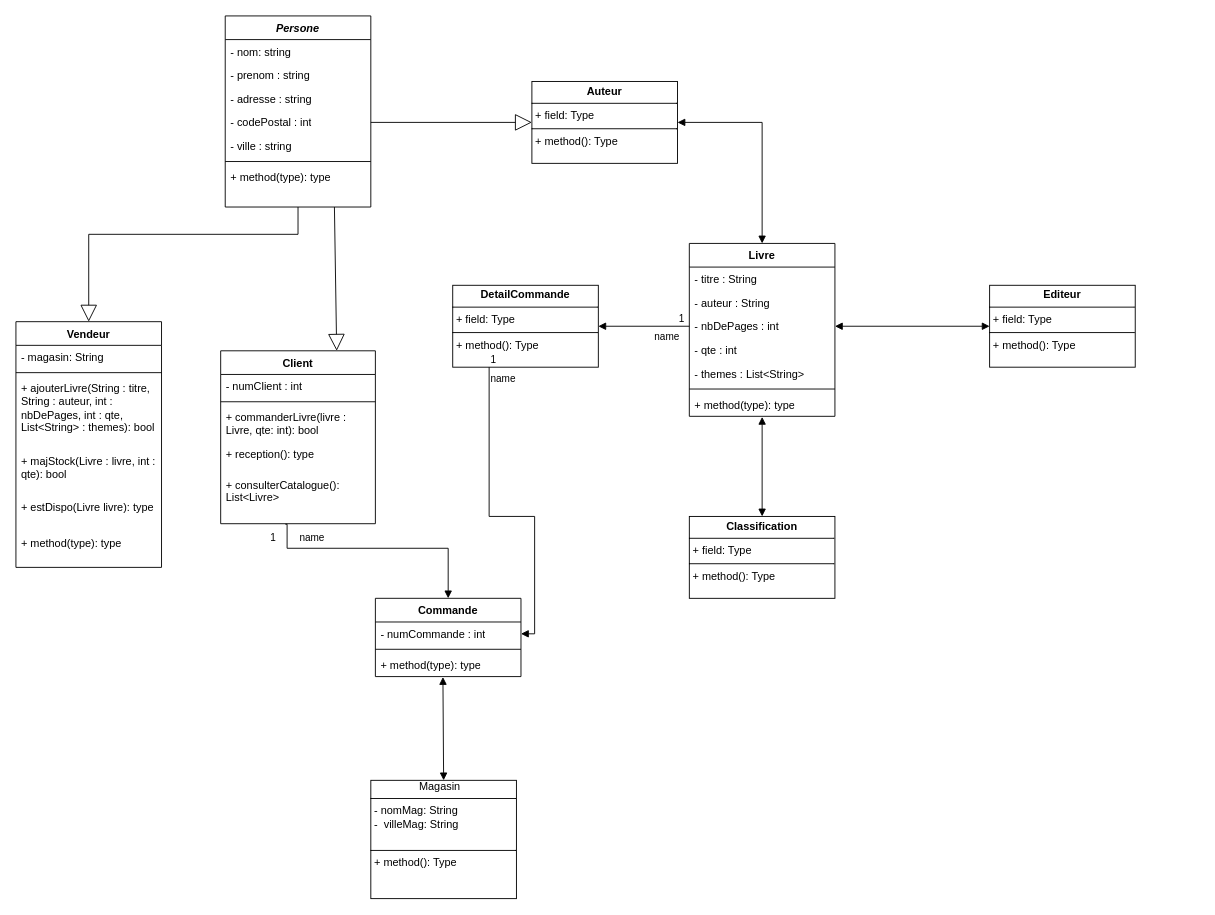
Above: diagrammedeclasse.drawio in NolhanDolou/SAE_JAVA (draw.io), before the change. Source tidied: cells renumbered, new cells numbered last; positions are measured from the earlier drawing's top-left corner, leaving out a move shared by most shapes. Both pictures are drawn from the tidied source at 91%, with x=0, y=0 at pixel (15, 15).
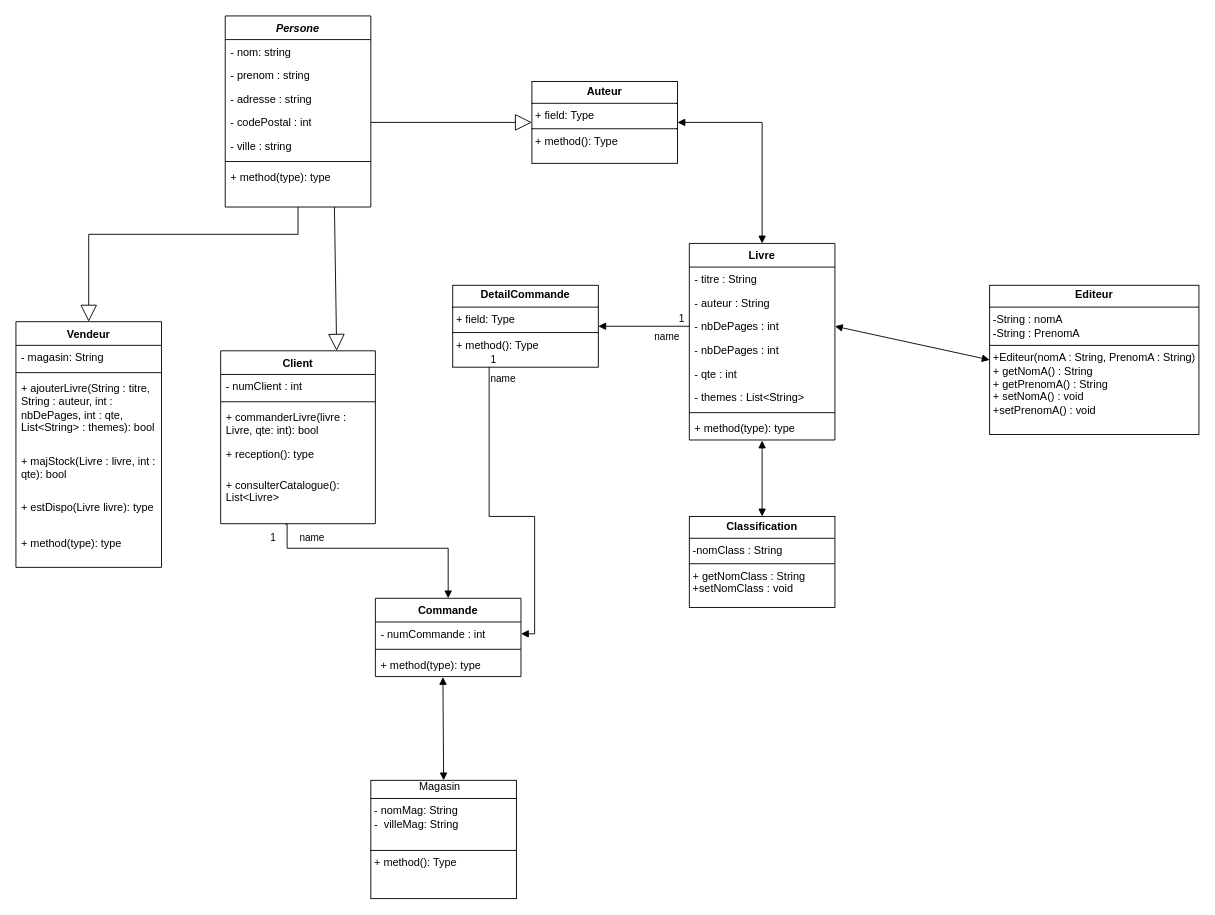
After the change.

Commit message:
mise a jour quelque atribut et methodes

What changed in the source:
```diff
@@
     <mxCell id="23" value="Livre" style="swimlane;fontStyle=1;align=center;verticalAlign=top;horizontal=1;startSize=26;whiteSpace=wrap;html=1;" parent="1" vertex="1">
-      <mxGeometry x="740" y="250" width="160" height="190" as="geometry" />
+      <mxGeometry x="740" y="250" width="160" height="216" as="geometry" />
     </mxCell>
@@
+    <mxCell id="53" value="- nbDePages : int" style="text;strokeColor=none;fillColor=none;align=left;verticalAlign=top;spacingLeft=4;spacingRight=4;overflow=hidden;whiteSpace=wrap;html=1;" parent="23" vertex="1">
+      <mxGeometry y="104" width="160" height="26" as="geometry" />
+    </mxCell>
     <mxCell id="27" value="- qte : int" style="text;strokeColor=none;fillColor=none;align=left;verticalAlign=top;spacingLeft=4;spacingRight=4;overflow=hidden;whiteSpace=wrap;html=1;" parent="23" vertex="1">
-      <mxGeometry y="104" width="160" height="26" as="geometry" />
+      <mxGeometry y="130" width="160" height="26" as="geometry" />
     </mxCell>
     <mxCell id="28" value="- themes : List&amp;lt;String&amp;gt;" style="text;strokeColor=none;fillColor=none;align=left;verticalAlign=top;spacingLeft=4;spacingRight=4;overflow=hidden;whiteSpace=wrap;html=1;" parent="23" vertex="1">
-      <mxGeometry y="130" width="160" height="26" as="geometry" />
+      <mxGeometry y="156" width="160" height="26" as="geometry" />
     </mxCell>
     <mxCell id="29" style="line;strokeWidth=1;fillColor=none;align=left;verticalAlign=middle;spacingTop=-1;spacingLeft=3;spacingRight=3;labelPosition=right;strokeColor=inherit;" parent="23" vertex="1">
-      <mxGeometry y="156" width="160" height="8" as="geometry" />
+      <mxGeometry y="182" width="160" height="8" as="geometry" />
     </mxCell>
     <mxCell id="30" value="+ method(type): type" style="text;strokeColor=none;fillColor=none;align=left;verticalAlign=top;spacingLeft=4;spacingRight=4;overflow=hidden;points=[[0,0.5],[1,0.5]];portConstraint=eastwest;whiteSpace=wrap;html=1;" parent="23" vertex="1">
-      <mxGeometry y="164" width="160" height="26" as="geometry" />
+      <mxGeometry y="190" width="160" height="26" as="geometry" />
     </mxCell>
@@
-    <mxCell id="40" value="&lt;p style=&quot;margin:0px;margin-top:4px;text-align:center;&quot;&gt;&lt;b&gt;Editeur&lt;/b&gt;&lt;/p&gt;&lt;hr size=&quot;1&quot; style=&quot;border-style:solid;&quot;&gt;&lt;p style=&quot;margin:0px;margin-left:4px;&quot;&gt;+ field: Type&lt;/p&gt;&lt;hr size=&quot;1&quot; style=&quot;border-style:solid;&quot;&gt;&lt;p style=&quot;margin:0px;margin-left:4px;&quot;&gt;+ method(): Type&lt;/p&gt;" style="verticalAlign=top;align=left;overflow=fill;html=1;whiteSpace=wrap;" parent="1" vertex="1">
-      <mxGeometry x="1070" y="296" width="160" height="90" as="geometry" />
+    <mxCell id="40" value="&lt;p style=&quot;margin:0px;margin-top:4px;text-align:center;&quot;&gt;&lt;b&gt;Editeur&lt;/b&gt;&lt;/p&gt;&lt;hr size=&quot;1&quot; style=&quot;border-style:solid;&quot;&gt;&lt;p style=&quot;margin:0px;margin-left:4px;&quot;&gt;-String : nomA&lt;/p&gt;&lt;p style=&quot;margin:0px;margin-left:4px;&quot;&gt;-String : PrenomA&lt;/p&gt;&lt;hr size=&quot;1&quot; style=&quot;border-style:solid;&quot;&gt;&lt;p style=&quot;margin:0px;margin-left:4px;&quot;&gt;+Editeur(nomA : String, PrenomA : String)&lt;/p&gt;&lt;p style=&quot;margin:0px;margin-left:4px;&quot;&gt;+ getNomA() : String&lt;/p&gt;&lt;p style=&quot;margin:0px;margin-left:4px;&quot;&gt;+ getPrenomA() : String&lt;/p&gt;&lt;p style=&quot;margin:0px;margin-left:4px;&quot;&gt;+ setNomA() : void&lt;/p&gt;&lt;p style=&quot;margin:0px;margin-left:4px;&quot;&gt;+setPrenomA() : void&lt;/p&gt;&lt;p style=&quot;margin:0px;margin-left:4px;&quot;&gt;&lt;br&gt;&lt;/p&gt;" style="verticalAlign=top;align=left;overflow=fill;html=1;whiteSpace=wrap;" parent="1" vertex="1">
+      <mxGeometry x="1070" y="296" width="230" height="164" as="geometry" />
     </mxCell>
@@
-    <mxCell id="42" value="&lt;p style=&quot;margin:0px;margin-top:4px;text-align:center;&quot;&gt;&lt;b&gt;Classification&lt;/b&gt;&lt;/p&gt;&lt;hr size=&quot;1&quot; style=&quot;border-style:solid;&quot;&gt;&lt;p style=&quot;margin:0px;margin-left:4px;&quot;&gt;+ field: Type&lt;/p&gt;&lt;hr size=&quot;1&quot; style=&quot;border-style:solid;&quot;&gt;&lt;p style=&quot;margin:0px;margin-left:4px;&quot;&gt;+ method(): Type&lt;/p&gt;" style="verticalAlign=top;align=left;overflow=fill;html=1;whiteSpace=wrap;" parent="1" vertex="1">
-      <mxGeometry x="740" y="550" width="160" height="90" as="geometry" />
+    <mxCell id="42" value="&lt;p style=&quot;margin:0px;margin-top:4px;text-align:center;&quot;&gt;&lt;b&gt;Classification&lt;/b&gt;&lt;/p&gt;&lt;hr size=&quot;1&quot; style=&quot;border-style:solid;&quot;&gt;&lt;p style=&quot;margin:0px;margin-left:4px;&quot;&gt;-nomClass : String&lt;/p&gt;&lt;hr size=&quot;1&quot; style=&quot;border-style:solid;&quot;&gt;&lt;p style=&quot;margin:0px;margin-left:4px;&quot;&gt;+ getNomClass : String&lt;/p&gt;&lt;p style=&quot;margin:0px;margin-left:4px;&quot;&gt;+setNomClass : void&lt;/p&gt;" style="verticalAlign=top;align=left;overflow=fill;html=1;whiteSpace=wrap;" parent="1" vertex="1">
+      <mxGeometry x="740" y="550" width="160" height="100" as="geometry" />
     </mxCell>
@@
+    <mxCell id="54" style="edgeStyle=orthogonalEdgeStyle;rounded=0;orthogonalLoop=1;jettySize=auto;html=1;exitX=0.5;exitY=1;exitDx=0;exitDy=0;" parent="1" edge="1" source="40" target="40">
+      <mxGeometry relative="1" as="geometry" />
+    </mxCell>
```
